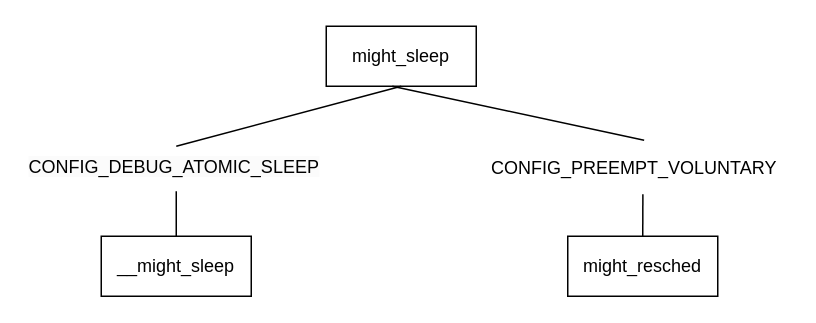
Earlier version of the draw.io diagram protocol/gpio/might_sleep.drawio (OuO333333/jserv-linux-kernel-internals-study). Source tidied: cells renumbered, new cells numbered last; positions are measured from the earlier drawing's top-left corner, leaving out a move shared by most shapes. Both pictures are drawn from the tidied source at 150%, with x=0, y=0 at pixel (26, 26).
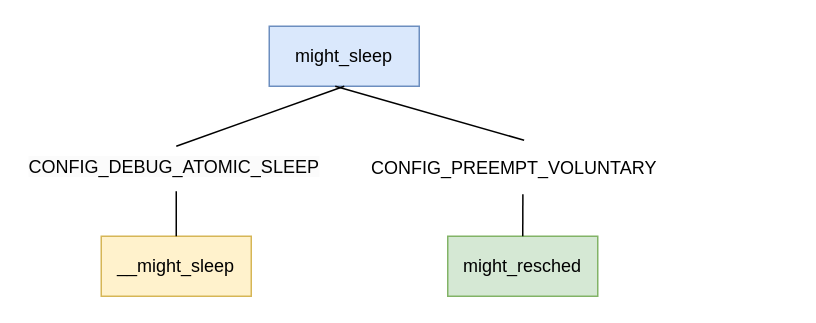
Above is the later version.

What changed in the source:
```diff
@@
 <mxGraphModel>
   <root>
     <mxCell id="0" />
     <mxCell id="1" parent="0" />
-    <mxCell id="2" value="might_sleep" style="rounded=0;whiteSpace=wrap;html=1;" parent="1" vertex="1">
-      <mxGeometry x="200" width="100" height="40" as="geometry" />
+    <mxCell id="2" value="might_sleep" style="rounded=0;whiteSpace=wrap;html=1;fillColor=#dae8fc;strokeColor=#6c8ebf;" parent="1" vertex="1">
+      <mxGeometry x="162" width="100" height="40" as="geometry" />
     </mxCell>
     <mxCell id="3" value="&lt;span style=&quot;color: rgb(0, 0, 0); font-family: Helvetica; font-size: 12px; font-style: normal; font-variant-ligatures: normal; font-variant-caps: normal; font-weight: 400; letter-spacing: normal; orphans: 2; text-align: center; text-indent: 0px; text-transform: none; widows: 2; word-spacing: 0px; -webkit-text-stroke-width: 0px; white-space: normal; background-color: rgb(251, 251, 251); text-decoration-thickness: initial; text-decoration-style: initial; text-decoration-color: initial; display: inline !important; float: none;&quot;&gt;CONFIG_DEBUG_ATOMIC_SLEEP&lt;/span&gt;" style="text;whiteSpace=wrap;html=1;" parent="1" vertex="1">
       <mxGeometry y="80" width="200" height="30" as="geometry" />
     </mxCell>
     <mxCell id="4" value="CONFIG_PREEMPT_VOLUNTARY" style="text;html=1;align=center;verticalAlign=middle;points=[];strokeColor=none;fillColor=none;" parent="1" vertex="1">
-      <mxGeometry x="300" y="80" width="210" height="30" as="geometry" />
+      <mxGeometry x="220" y="80" width="210" height="30" as="geometry" />
     </mxCell>
-    <mxCell id="5" value="__might_sleep" style="rounded=0;whiteSpace=wrap;html=1;" parent="1" vertex="1">
+    <mxCell id="5" value="__might_sleep" style="rounded=0;whiteSpace=wrap;html=1;fillColor=#fff2cc;strokeColor=#d6b656;" parent="1" vertex="1">
       <mxGeometry x="50" y="140" width="100" height="40" as="geometry" />
     </mxCell>
-    <mxCell id="6" value="might_resched" style="rounded=0;whiteSpace=wrap;html=1;" parent="1" vertex="1">
-      <mxGeometry x="361" y="140" width="100" height="40" as="geometry" />
+    <mxCell id="6" value="might_resched" style="rounded=0;whiteSpace=wrap;html=1;fillColor=#d5e8d4;strokeColor=#82b366;" parent="1" vertex="1">
+      <mxGeometry x="281" y="140" width="100" height="40" as="geometry" />
     </mxCell>
     <mxCell id="7" style="endArrow=none;html=1;rounded=0;entryX=0.5;entryY=1;entryDx=0;entryDy=0;exitX=0.5;exitY=0;exitDx=0;exitDy=0;" parent="1" edge="1" source="3" target="2">
       <mxGeometry relative="1" as="geometry" />
     </mxCell>
     <mxCell id="8" style="endArrow=none;html=1;rounded=0;exitX=0.44;exitY=1;exitDx=0;exitDy=0;exitPerimeter=0;entryX=0.533;entryY=-0.133;entryDx=0;entryDy=0;entryPerimeter=0;" parent="1" edge="1" source="2" target="4">
       <mxGeometry relative="1" as="geometry" />
     </mxCell>
     <mxCell id="9" style="endArrow=none;html=1;rounded=0;entryX=0.5;entryY=1;entryDx=0;entryDy=0;exitX=0.5;exitY=0;exitDx=0;exitDy=0;" parent="1" edge="1" source="5" target="3">
       <mxGeometry relative="1" as="geometry" />
     </mxCell>
     <mxCell id="10" style="endArrow=none;html=1;rounded=0;entryX=0.529;entryY=1.067;entryDx=0;entryDy=0;entryPerimeter=0;exitX=0.5;exitY=0;exitDx=0;exitDy=0;" parent="1" edge="1" source="6" target="4">
       <mxGeometry relative="1" as="geometry" />
     </mxCell>
   </root>
 </mxGraphModel>
```
